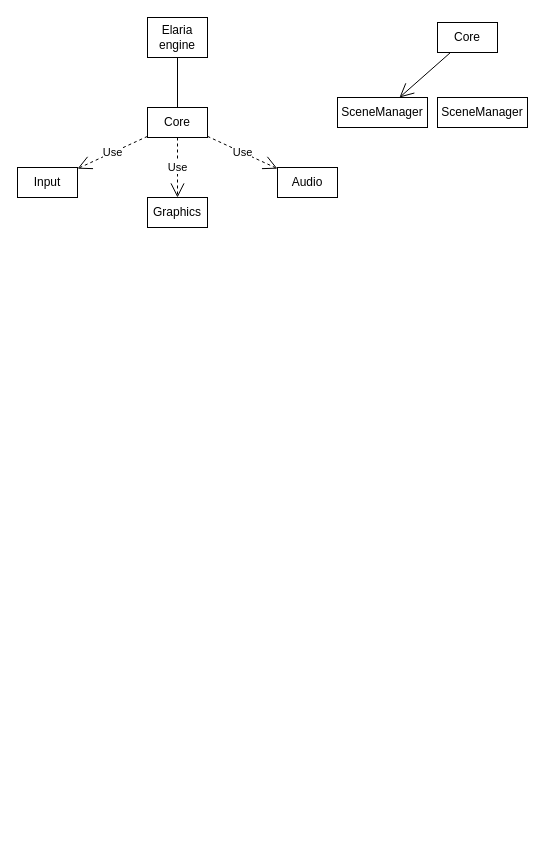
Above: elaria_engine.drawio in elaria-clash-of-the-worlds/docs (draw.io), before the change. Source tidied: cells renumbered, new cells numbered last; positions are measured from the earlier drawing's top-left corner, leaving out a move shared by most shapes. Both pictures are drawn from the tidied source at 100%, with x=0, y=0 at pixel (17, 17).
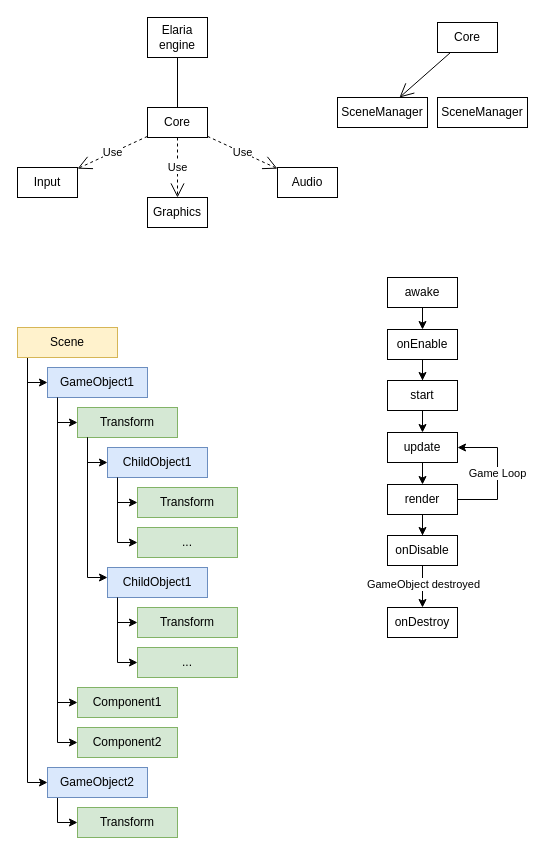
Above is the later version.

Change to the diagram source:
```diff
@@
+    <mxCell id="15" style="edgeStyle=orthogonalEdgeStyle;rounded=0;jettySize=auto;html=1;" parent="1" edge="1" source="16" target="18">
+      <mxGeometry relative="1" as="geometry" />
+    </mxCell>
+    <mxCell id="16" value="awake" style="rounded=0;whiteSpace=wrap;html=1;" parent="1" vertex="1">
+      <mxGeometry x="370" y="260" width="70" height="30" as="geometry" />
+    </mxCell>
+    <mxCell id="17" style="edgeStyle=orthogonalEdgeStyle;rounded=0;jettySize=auto;html=1;" parent="1" edge="1" source="18" target="23">
+      <mxGeometry relative="1" as="geometry" />
+    </mxCell>
+    <mxCell id="18" value="onEnable" style="rounded=0;whiteSpace=wrap;html=1;" parent="1" vertex="1">
+      <mxGeometry x="370" y="312" width="70" height="30" as="geometry" />
+    </mxCell>
+    <mxCell id="19" style="edgeStyle=orthogonalEdgeStyle;rounded=0;jettySize=auto;html=1;" parent="1" edge="1" source="21" target="29">
+      <mxGeometry relative="1" as="geometry" />
+    </mxCell>
+    <mxCell id="20" value="GameObject destroyed" style="edgeLabel;html=1;align=center;verticalAlign=middle;" parent="19" vertex="1">
+      <mxGeometry x="0.26" y="-2" relative="1" as="geometry">
+        <mxPoint x="2" y="-8" as="offset" />
+      </mxGeometry>
+    </mxCell>
+    <mxCell id="21" value="onDisable" style="rounded=0;whiteSpace=wrap;html=1;" parent="1" vertex="1">
+      <mxGeometry x="370" y="518" width="70" height="30" as="geometry" />
+    </mxCell>
+    <mxCell id="22" style="edgeStyle=orthogonalEdgeStyle;rounded=0;jettySize=auto;html=1;" parent="1" edge="1" source="23" target="25">
+      <mxGeometry relative="1" as="geometry" />
+    </mxCell>
+    <mxCell id="23" value="start" style="rounded=0;whiteSpace=wrap;html=1;" parent="1" vertex="1">
+      <mxGeometry x="370" y="363" width="70" height="30" as="geometry" />
+    </mxCell>
+    <mxCell id="24" style="edgeStyle=orthogonalEdgeStyle;rounded=0;jettySize=auto;html=1;" parent="1" edge="1" source="25" target="28">
+      <mxGeometry relative="1" as="geometry" />
+    </mxCell>
+    <mxCell id="25" value="update" style="rounded=0;whiteSpace=wrap;html=1;" parent="1" vertex="1">
+      <mxGeometry x="370" y="415" width="70" height="30" as="geometry" />
+    </mxCell>
+    <mxCell id="26" style="edgeStyle=orthogonalEdgeStyle;rounded=0;jettySize=auto;html=1;" parent="1" edge="1" source="28" target="21">
+      <mxGeometry relative="1" as="geometry" />
+    </mxCell>
+    <mxCell id="27" value="Game Loop" style="edgeStyle=elbowEdgeStyle;rounded=0;jettySize=auto;html=1;elbow=horizontal;" parent="1" edge="1" source="28" target="25">
+      <mxGeometry relative="1" as="geometry">
+        <Array as="points">
+          <mxPoint x="480" y="460" />
+        </Array>
+      </mxGeometry>
+    </mxCell>
+    <mxCell id="28" value="render" style="rounded=0;whiteSpace=wrap;html=1;" parent="1" vertex="1">
+      <mxGeometry x="370" y="467" width="70" height="30" as="geometry" />
+    </mxCell>
+    <mxCell id="29" value="onDestroy" style="rounded=0;whiteSpace=wrap;html=1;" parent="1" vertex="1">
+      <mxGeometry x="370" y="590" width="70" height="30" as="geometry" />
+    </mxCell>
+    <mxCell id="30" style="edgeStyle=elbowEdgeStyle;rounded=0;jettySize=auto;html=1;entryX=0;entryY=0.5;entryDx=0;entryDy=0;" parent="1" edge="1" source="32" target="35">
+      <mxGeometry relative="1" as="geometry">
+        <Array as="points">
+          <mxPoint x="10" y="350" />
+        </Array>
+      </mxGeometry>
+    </mxCell>
+    <mxCell id="31" style="edgeStyle=elbowEdgeStyle;rounded=0;jettySize=auto;html=1;entryX=0;entryY=0.5;entryDx=0;entryDy=0;" parent="1" edge="1" source="32" target="37">
+      <mxGeometry relative="1" as="geometry">
+        <Array as="points">
+          <mxPoint x="10" y="373" />
+        </Array>
+      </mxGeometry>
+    </mxCell>
+    <mxCell id="32" value="Scene" style="rounded=0;whiteSpace=wrap;html=1;fillColor=#fff2cc;strokeColor=#d6b656;" parent="1" vertex="1">
+      <mxGeometry y="310" width="100" height="30" as="geometry" />
+    </mxCell>
+    <mxCell id="33" style="edgeStyle=elbowEdgeStyle;rounded=0;jettySize=auto;html=1;entryX=0;entryY=0.5;entryDx=0;entryDy=0;" parent="1" edge="1" source="35" target="38">
+      <mxGeometry relative="1" as="geometry">
+        <Array as="points">
+          <mxPoint x="40" y="390" />
+        </Array>
+      </mxGeometry>
+    </mxCell>
+    <mxCell id="34" style="edgeStyle=elbowEdgeStyle;rounded=0;jettySize=auto;html=1;entryX=0;entryY=0.5;entryDx=0;entryDy=0;" parent="1" edge="1" source="35" target="39">
+      <mxGeometry relative="1" as="geometry">
+        <Array as="points">
+          <mxPoint x="40" y="420" />
+        </Array>
+      </mxGeometry>
+    </mxCell>
+    <mxCell id="35" value="GameObject1" style="rounded=0;whiteSpace=wrap;html=1;fillColor=#dae8fc;strokeColor=#6c8ebf;" parent="1" vertex="1">
+      <mxGeometry x="30" y="350" width="100" height="30" as="geometry" />
+    </mxCell>
+    <mxCell id="36" style="edgeStyle=elbowEdgeStyle;rounded=0;jettySize=auto;html=1;entryX=0;entryY=0.5;entryDx=0;entryDy=0;" parent="1" edge="1" source="37" target="40">
+      <mxGeometry relative="1" as="geometry">
+        <Array as="points">
+          <mxPoint x="40" y="800" />
+        </Array>
+      </mxGeometry>
+    </mxCell>
+    <mxCell id="37" value="GameObject2" style="rounded=0;whiteSpace=wrap;html=1;fillColor=#dae8fc;strokeColor=#6c8ebf;" parent="1" vertex="1">
+      <mxGeometry x="30" y="750" width="100" height="30" as="geometry" />
+    </mxCell>
+    <mxCell id="38" value="Transform" style="rounded=0;whiteSpace=wrap;html=1;fillColor=#d5e8d4;strokeColor=#82b366;" parent="1" vertex="1">
+      <mxGeometry x="60" y="390" width="100" height="30" as="geometry" />
+    </mxCell>
+    <mxCell id="39" value="Component1" style="rounded=0;whiteSpace=wrap;html=1;fillColor=#d5e8d4;strokeColor=#82b366;" parent="1" vertex="1">
+      <mxGeometry x="60" y="670" width="100" height="30" as="geometry" />
+    </mxCell>
+    <mxCell id="40" value="Transform" style="rounded=0;whiteSpace=wrap;html=1;fillColor=#d5e8d4;strokeColor=#82b366;" parent="1" vertex="1">
+      <mxGeometry x="60" y="790" width="100" height="30" as="geometry" />
+    </mxCell>
+    <mxCell id="41" value="Component2" style="rounded=0;whiteSpace=wrap;html=1;fillColor=#d5e8d4;strokeColor=#82b366;" parent="1" vertex="1">
+      <mxGeometry x="60" y="710" width="100" height="30" as="geometry" />
+    </mxCell>
+    <mxCell id="42" style="edgeStyle=elbowEdgeStyle;rounded=0;jettySize=auto;html=1;" parent="1" edge="1" source="35" target="41">
+      <mxGeometry relative="1" as="geometry">
+        <Array as="points">
+          <mxPoint x="40" y="485" />
+        </Array>
+      </mxGeometry>
+    </mxCell>
+    <mxCell id="43" style="edgeStyle=elbowEdgeStyle;rounded=0;jettySize=auto;html=1;entryX=0;entryY=0.5;entryDx=0;entryDy=0;" parent="1" edge="1" source="44" target="45">
+      <mxGeometry relative="1" as="geometry">
+        <Array as="points">
+          <mxPoint x="100" y="485" />
+        </Array>
+      </mxGeometry>
+    </mxCell>
+    <mxCell id="44" value="ChildObject1" style="rounded=0;whiteSpace=wrap;html=1;fillColor=#dae8fc;strokeColor=#6c8ebf;" parent="1" vertex="1">
+      <mxGeometry x="90" y="430" width="100" height="30" as="geometry" />
+    </mxCell>
+    <mxCell id="45" value="Transform" style="rounded=0;whiteSpace=wrap;html=1;fillColor=#d5e8d4;strokeColor=#82b366;" parent="1" vertex="1">
+      <mxGeometry x="120" y="470" width="100" height="30" as="geometry" />
+    </mxCell>
+    <mxCell id="46" style="edgeStyle=elbowEdgeStyle;rounded=0;jettySize=auto;html=1;" parent="1" edge="1" source="38" target="44">
+      <mxGeometry relative="1" as="geometry">
+        <Array as="points">
+          <mxPoint x="70" y="445" />
+        </Array>
+      </mxGeometry>
+    </mxCell>
+    <mxCell id="47" value="..." style="rounded=0;whiteSpace=wrap;html=1;fillColor=#d5e8d4;strokeColor=#82b366;" parent="1" vertex="1">
+      <mxGeometry x="120" y="510" width="100" height="30" as="geometry" />
+    </mxCell>
+    <mxCell id="48" style="edgeStyle=elbowEdgeStyle;rounded=0;jettySize=auto;html=1;" parent="1" edge="1" source="44" target="47">
+      <mxGeometry relative="1" as="geometry">
+        <Array as="points">
+          <mxPoint x="100" y="525" />
+        </Array>
+      </mxGeometry>
+    </mxCell>
+    <mxCell id="49" style="edgeStyle=elbowEdgeStyle;rounded=0;jettySize=auto;html=1;entryX=0;entryY=0.5;entryDx=0;entryDy=0;" parent="1" edge="1" source="50" target="51">
+      <mxGeometry relative="1" as="geometry">
+        <Array as="points">
+          <mxPoint x="100" y="605" />
+        </Array>
+      </mxGeometry>
+    </mxCell>
+    <mxCell id="50" value="ChildObject1" style="rounded=0;whiteSpace=wrap;html=1;fillColor=#dae8fc;strokeColor=#6c8ebf;" parent="1" vertex="1">
+      <mxGeometry x="90" y="550" width="100" height="30" as="geometry" />
+    </mxCell>
+    <mxCell id="51" value="Transform" style="rounded=0;whiteSpace=wrap;html=1;fillColor=#d5e8d4;strokeColor=#82b366;" parent="1" vertex="1">
+      <mxGeometry x="120" y="590" width="100" height="30" as="geometry" />
+    </mxCell>
+    <mxCell id="52" value="..." style="rounded=0;whiteSpace=wrap;html=1;fillColor=#d5e8d4;strokeColor=#82b366;" parent="1" vertex="1">
+      <mxGeometry x="120" y="630" width="100" height="30" as="geometry" />
+    </mxCell>
+    <mxCell id="53" style="edgeStyle=elbowEdgeStyle;rounded=0;jettySize=auto;html=1;" parent="1" edge="1" source="50" target="52">
+      <mxGeometry relative="1" as="geometry">
+        <Array as="points">
+          <mxPoint x="100" y="645" />
+        </Array>
+      </mxGeometry>
+    </mxCell>
+    <mxCell id="54" style="edgeStyle=elbowEdgeStyle;rounded=0;jettySize=auto;html=1;" parent="1" edge="1" source="38" target="50">
+      <mxGeometry relative="1" as="geometry">
+        <Array as="points">
+          <mxPoint x="70" y="560" />
+        </Array>
+      </mxGeometry>
+    </mxCell>
```
